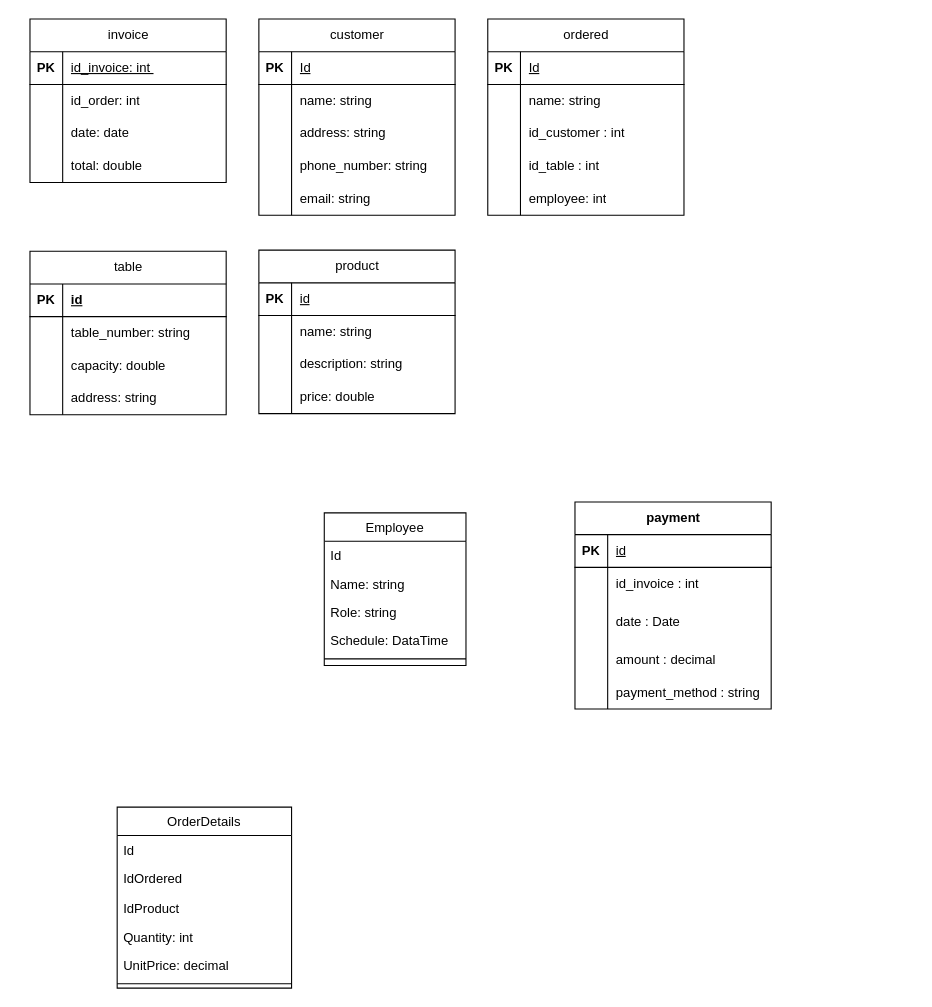
KevinAlvarezD/RestAdmin keeps this draw.io diagram as page "ER" (2 of 2) of Documents/Diagrama sin título.drawio. Above is the earlier version. Source tidied: cells renumbered, new cells numbered last; positions are measured from the earlier drawing's top-left corner, leaving out a move shared by most shapes. Both pictures are drawn from the tidied source at 109%, with x=0, y=0 at pixel (29, 19).
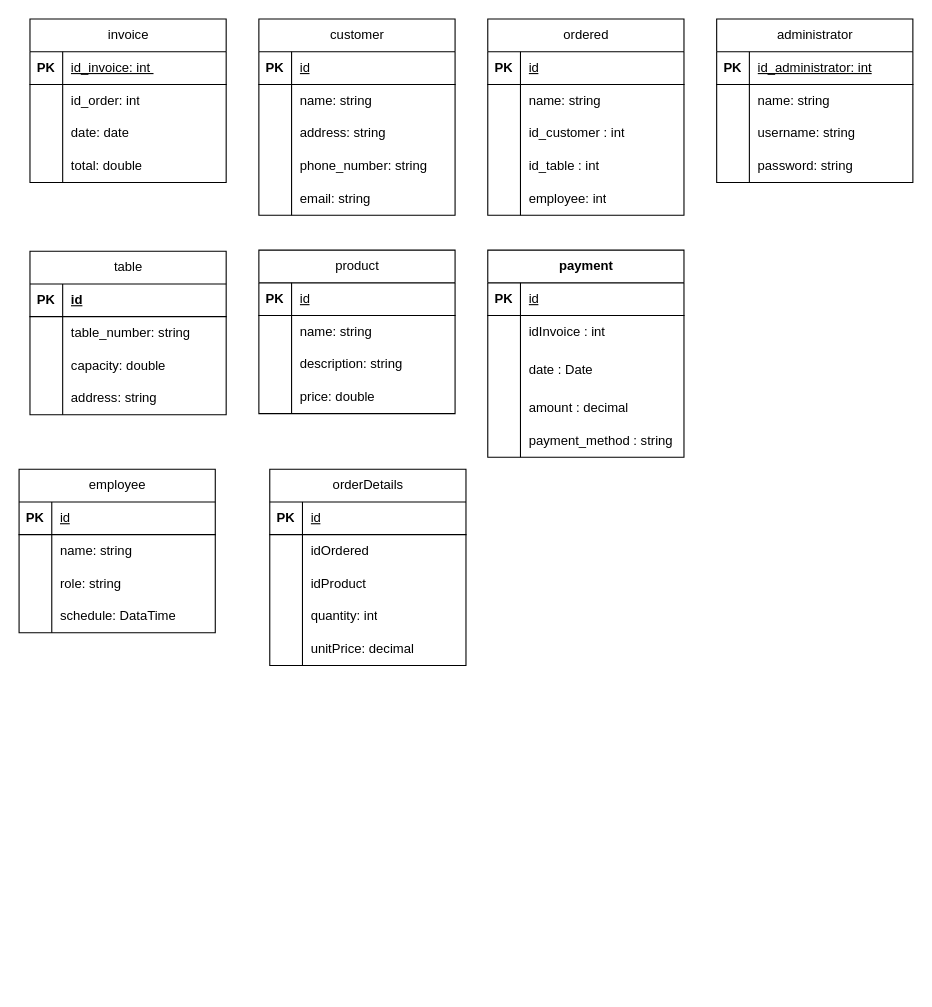
After the change.

The change refers to these unchanged cells:
```xml
<mxCell id="29" style="shape=tableRow;horizontal=0;startSize=0;swimlaneHead=0;swimlaneBody=0;fillColor=none;top=0;left=0;right=0;bottom=1;" parent="28" vertex="1">
  <mxGeometry y="30" width="180" height="30" as="geometry" />
</mxCell>
<mxCell id="45" style="shape=tableRow;horizontal=0;startSize=0;swimlaneHead=0;swimlaneBody=0;fillColor=none;top=0;left=0;right=0;bottom=1;" parent="44" vertex="1">
  <mxGeometry y="30" width="180" height="30" as="geometry" />
</mxCell>
<mxCell id="90" style="shape=tableRow;horizontal=0;startSize=0;swimlaneHead=0;swimlaneBody=0;fillColor=none;top=0;left=0;right=0;bottom=0;" parent="86" vertex="1">
  <mxGeometry y="60" width="180" height="30" as="geometry" />
</mxCell>
```

What changed in the source:
```diff
@@
-    <mxCell id="2" value="Employee" style="swimlane;fontStyle=0;align=center;verticalAlign=top;horizontal=1;startSize=26;rounded=0;shadow=0;strokeWidth=1;" parent="1" vertex="1">
-      <mxGeometry x="270" y="453" width="130" height="140" as="geometry" />
-    </mxCell>
-    <mxCell id="3" value="Id" style="text;align=left;verticalAlign=top;spacingLeft=4;spacingRight=4;overflow=hidden;" parent="2" vertex="1">
-      <mxGeometry y="26" width="130" height="26" as="geometry" />
-    </mxCell>
-    <mxCell id="4" value="Name: string" style="text;align=left;verticalAlign=top;spacingLeft=4;spacingRight=4;overflow=hidden;rounded=0;shadow=0;html=0;" parent="2" vertex="1">
-      <mxGeometry y="52" width="130" height="26" as="geometry" />
-    </mxCell>
-    <mxCell id="5" value="Role: string" style="text;align=left;verticalAlign=top;spacingLeft=4;spacingRight=4;overflow=hidden;rounded=0;shadow=0;html=0;" parent="2" vertex="1">
-      <mxGeometry y="78" width="130" height="26" as="geometry" />
-    </mxCell>
-    <mxCell id="6" value="Schedule: DataTime" style="text;align=left;verticalAlign=top;spacingLeft=4;spacingRight=4;overflow=hidden;rounded=0;shadow=0;html=0;" parent="2" vertex="1">
-      <mxGeometry y="104" width="130" height="26" as="geometry" />
-    </mxCell>
-    <mxCell id="7" style="line;html=1;strokeWidth=1;align=left;verticalAlign=middle;spacingTop=-1;spacingLeft=3;spacingRight=3;labelPosition=right;" parent="2" vertex="1">
-      <mxGeometry y="130" width="130" height="8" as="geometry" />
-    </mxCell>
-    <mxCell id="8" value="OrderDetails" style="swimlane;fontStyle=0;align=center;verticalAlign=top;horizontal=1;startSize=26;rounded=0;shadow=0;strokeWidth=1;" parent="1" vertex="1">
-      <mxGeometry x="80" y="723" width="160" height="166" as="geometry" />
-    </mxCell>
-    <mxCell id="9" value="Id" style="text;align=left;verticalAlign=top;spacingLeft=4;spacingRight=4;overflow=hidden;" parent="8" vertex="1">
-      <mxGeometry y="26" width="160" height="26" as="geometry" />
-    </mxCell>
-    <mxCell id="10" value="IdOrdered" style="text;align=left;verticalAlign=top;spacingLeft=4;spacingRight=4;overflow=hidden;rounded=0;shadow=0;html=0;" parent="8" vertex="1">
-      <mxGeometry y="52" width="160" height="28" as="geometry" />
-    </mxCell>
-    <mxCell id="11" value="IdProduct" style="text;align=left;verticalAlign=top;spacingLeft=4;spacingRight=4;overflow=hidden;rounded=0;shadow=0;html=0;" parent="8" vertex="1">
-      <mxGeometry y="80" width="160" height="26" as="geometry" />
-    </mxCell>
-    <mxCell id="12" value="Quantity: int" style="text;align=left;verticalAlign=top;spacingLeft=4;spacingRight=4;overflow=hidden;rounded=0;shadow=0;html=0;" parent="8" vertex="1">
-      <mxGeometry y="106" width="160" height="26" as="geometry" />
-    </mxCell>
-    <mxCell id="13" value="UnitPrice: decimal" style="text;align=left;verticalAlign=top;spacingLeft=4;spacingRight=4;overflow=hidden;rounded=0;shadow=0;html=0;" parent="8" vertex="1">
-      <mxGeometry y="132" width="160" height="26" as="geometry" />
-    </mxCell>
-    <mxCell id="14" style="line;html=1;strokeWidth=1;align=left;verticalAlign=middle;spacingTop=-1;spacingLeft=3;spacingRight=3;labelPosition=right;" parent="8" vertex="1">
-      <mxGeometry y="158" width="160" height="8" as="geometry" />
-    </mxCell>
@@
-    <mxCell id="31" value="&lt;span style=&quot;font-weight: 400; text-wrap: nowrap;&quot;&gt;Id&lt;/span&gt;" style="shape=partialRectangle;fillColor=none;top=0;left=0;bottom=0;right=0;align=left;spacingLeft=6;fontStyle=5;overflow=hidden;whiteSpace=wrap;html=1;" parent="29" vertex="1">
+    <mxCell id="31" value="&lt;span style=&quot;font-weight: 400; text-wrap: nowrap;&quot;&gt;id&lt;/span&gt;" style="shape=partialRectangle;fillColor=none;top=0;left=0;bottom=0;right=0;align=left;spacingLeft=6;fontStyle=5;overflow=hidden;whiteSpace=wrap;html=1;" parent="29" vertex="1">
       <mxGeometry x="30" width="150" height="30" as="geometry" />
     </mxCell>
@@
-    <mxCell id="47" value="&lt;span style=&quot;font-weight: 400; text-wrap: nowrap;&quot;&gt;Id&lt;/span&gt;" style="shape=partialRectangle;fillColor=none;top=0;left=0;bottom=0;right=0;align=left;spacingLeft=6;fontStyle=5;overflow=hidden;whiteSpace=wrap;html=1;" parent="45" vertex="1">
+    <mxCell id="47" value="&lt;span style=&quot;font-weight: 400; text-wrap: nowrap;&quot;&gt;id&lt;/span&gt;" style="shape=partialRectangle;fillColor=none;top=0;left=0;bottom=0;right=0;align=left;spacingLeft=6;fontStyle=5;overflow=hidden;whiteSpace=wrap;html=1;" parent="45" vertex="1">
       <mxGeometry x="30" width="150" height="30" as="geometry" />
     </mxCell>
@@
     <mxCell id="86" value="payment" style="shape=table;startSize=30;childLayout=tableLayout;rowLines=0;fontStyle=1;align=center;html=1;" parent="1" vertex="1">
-      <mxGeometry x="500" y="443" width="180" height="190" as="geometry" />
+      <mxGeometry x="420" y="212" width="180" height="190" as="geometry" />
     </mxCell>
@@
-    <mxCell id="92" value="&lt;span style=&quot;text-wrap: nowrap;&quot;&gt;id_invoice : int&lt;/span&gt;" style="shape=partialRectangle;fillColor=none;top=0;left=0;bottom=0;right=0;align=left;spacingLeft=6;overflow=hidden;whiteSpace=wrap;html=1;" parent="90" vertex="1">
+    <mxCell id="92" value="&lt;span style=&quot;text-wrap: nowrap;&quot;&gt;idInvoice : int&lt;/span&gt;" style="shape=partialRectangle;fillColor=none;top=0;left=0;bottom=0;right=0;align=left;spacingLeft=6;overflow=hidden;whiteSpace=wrap;html=1;" parent="90" vertex="1">
       <mxGeometry x="30" width="150" height="30" as="geometry" />
     </mxCell>
@@
+    <mxCell id="102" value="&lt;span style=&quot;font-weight: 400;&quot;&gt;orderDetails&lt;/span&gt;" style="shape=table;startSize=30;childLayout=tableLayout;rowLines=0;fontStyle=1;align=center;html=1;" parent="1" vertex="1">
+      <mxGeometry x="220" y="413" width="180" height="180" as="geometry" />
+    </mxCell>
+    <mxCell id="103" style="shape=tableRow;horizontal=0;startSize=0;swimlaneHead=0;swimlaneBody=0;fillColor=none;top=0;left=0;right=0;bottom=1;" parent="102" vertex="1">
+      <mxGeometry y="30" width="180" height="30" as="geometry" />
+    </mxCell>
+    <mxCell id="104" value="PK" style="shape=partialRectangle;fillColor=none;top=0;left=0;bottom=0;right=0;fontStyle=1;overflow=hidden;whiteSpace=wrap;html=1;" parent="103" vertex="1">
+      <mxGeometry width="30" height="30" as="geometry" />
+    </mxCell>
+    <mxCell id="105" value="&lt;span style=&quot;font-weight: 400; text-wrap: nowrap;&quot;&gt;id&lt;/span&gt;" style="shape=partialRectangle;fillColor=none;top=0;left=0;bottom=0;right=0;align=left;spacingLeft=6;fontStyle=5;overflow=hidden;whiteSpace=wrap;html=1;" parent="103" vertex="1">
+      <mxGeometry x="30" width="150" height="30" as="geometry" />
+    </mxCell>
+    <mxCell id="106" style="shape=tableRow;horizontal=0;startSize=0;swimlaneHead=0;swimlaneBody=0;fillColor=none;top=0;left=0;right=0;bottom=0;" parent="102" vertex="1">
+      <mxGeometry y="60" width="180" height="30" as="geometry" />
+    </mxCell>
+    <mxCell id="107" style="shape=partialRectangle;fillColor=none;top=0;left=0;bottom=0;right=0;overflow=hidden;whiteSpace=wrap;html=1;" parent="106" vertex="1">
+      <mxGeometry width="30" height="30" as="geometry" />
+    </mxCell>
+    <mxCell id="108" value="&lt;span style=&quot;text-wrap: nowrap;&quot;&gt;idOrdered&lt;/span&gt;" style="shape=partialRectangle;fillColor=none;top=0;left=0;bottom=0;right=0;align=left;spacingLeft=6;overflow=hidden;whiteSpace=wrap;html=1;" parent="106" vertex="1">
+      <mxGeometry x="30" width="150" height="30" as="geometry" />
+    </mxCell>
+    <mxCell id="109" style="shape=tableRow;horizontal=0;startSize=0;swimlaneHead=0;swimlaneBody=0;fillColor=none;top=0;left=0;right=0;bottom=0;" parent="102" vertex="1">
+      <mxGeometry y="90" width="180" height="30" as="geometry" />
+    </mxCell>
+    <mxCell id="110" style="shape=partialRectangle;fillColor=none;top=0;left=0;bottom=0;right=0;overflow=hidden;whiteSpace=wrap;html=1;" parent="109" vertex="1">
+      <mxGeometry width="30" height="30" as="geometry" />
+    </mxCell>
+    <mxCell id="111" value="&lt;span style=&quot;text-wrap: nowrap;&quot;&gt;idProduct&lt;/span&gt;" style="shape=partialRectangle;fillColor=none;top=0;left=0;bottom=0;right=0;align=left;spacingLeft=6;overflow=hidden;whiteSpace=wrap;html=1;" parent="109" vertex="1">
+      <mxGeometry x="30" width="150" height="30" as="geometry" />
+    </mxCell>
+    <mxCell id="112" style="shape=tableRow;horizontal=0;startSize=0;swimlaneHead=0;swimlaneBody=0;fillColor=none;top=0;left=0;right=0;bottom=0;" parent="102" vertex="1">
+      <mxGeometry y="120" width="180" height="30" as="geometry" />
+    </mxCell>
+    <mxCell id="113" style="shape=partialRectangle;fillColor=none;top=0;left=0;bottom=0;right=0;overflow=hidden;whiteSpace=wrap;html=1;" parent="112" vertex="1">
+      <mxGeometry width="30" height="30" as="geometry" />
+    </mxCell>
+    <mxCell id="114" value="&lt;span style=&quot;text-wrap: nowrap;&quot;&gt;quantity: int&lt;/span&gt;" style="shape=partialRectangle;fillColor=none;top=0;left=0;bottom=0;right=0;align=left;spacingLeft=6;overflow=hidden;whiteSpace=wrap;html=1;" parent="112" vertex="1">
+      <mxGeometry x="30" width="150" height="30" as="geometry" />
+    </mxCell>
+    <mxCell id="115" style="shape=tableRow;horizontal=0;startSize=0;swimlaneHead=0;swimlaneBody=0;fillColor=none;top=0;left=0;right=0;bottom=0;" parent="102" vertex="1">
+      <mxGeometry y="150" width="180" height="30" as="geometry" />
+    </mxCell>
+    <mxCell id="116" style="shape=partialRectangle;fillColor=none;top=0;left=0;bottom=0;right=0;overflow=hidden;whiteSpace=wrap;html=1;" parent="115" vertex="1">
+      <mxGeometry width="30" height="30" as="geometry" />
+    </mxCell>
+    <mxCell id="117" value="&lt;span style=&quot;text-wrap: nowrap;&quot;&gt;unitPrice: decimal&lt;/span&gt;" style="shape=partialRectangle;fillColor=none;top=0;left=0;bottom=0;right=0;align=left;spacingLeft=6;overflow=hidden;whiteSpace=wrap;html=1;" parent="115" vertex="1">
+      <mxGeometry x="30" width="150" height="30" as="geometry" />
+    </mxCell>
+    <mxCell id="118" value="&lt;span style=&quot;font-weight: 400;&quot;&gt;administrator&lt;/span&gt;" style="shape=table;startSize=30;childLayout=tableLayout;rowLines=0;fontStyle=1;align=center;html=1;" parent="1" vertex="1">
+      <mxGeometry x="630" width="180" height="150" as="geometry" />
+    </mxCell>
+    <mxCell id="119" style="shape=tableRow;horizontal=0;startSize=0;swimlaneHead=0;swimlaneBody=0;fillColor=none;top=0;left=0;right=0;bottom=1;" parent="118" vertex="1">
+      <mxGeometry y="30" width="180" height="30" as="geometry" />
+    </mxCell>
+    <mxCell id="120" value="PK" style="shape=partialRectangle;fillColor=none;top=0;left=0;bottom=0;right=0;fontStyle=1;overflow=hidden;whiteSpace=wrap;html=1;" parent="119" vertex="1">
+      <mxGeometry width="30" height="30" as="geometry" />
+    </mxCell>
+    <mxCell id="121" value="&lt;span style=&quot;font-weight: 400; text-wrap: nowrap;&quot;&gt;id_administrator: int&lt;/span&gt;" style="shape=partialRectangle;fillColor=none;top=0;left=0;bottom=0;right=0;align=left;spacingLeft=6;fontStyle=5;overflow=hidden;whiteSpace=wrap;html=1;" parent="119" vertex="1">
+      <mxGeometry x="30" width="150" height="30" as="geometry" />
+    </mxCell>
+    <mxCell id="122" style="shape=tableRow;horizontal=0;startSize=0;swimlaneHead=0;swimlaneBody=0;fillColor=none;top=0;left=0;right=0;bottom=0;" parent="118" vertex="1">
+      <mxGeometry y="60" width="180" height="30" as="geometry" />
+    </mxCell>
+    <mxCell id="123" style="shape=partialRectangle;fillColor=none;top=0;left=0;bottom=0;right=0;overflow=hidden;whiteSpace=wrap;html=1;" parent="122" vertex="1">
+      <mxGeometry width="30" height="30" as="geometry" />
+    </mxCell>
+    <mxCell id="124" value="&lt;span style=&quot;text-wrap: nowrap;&quot;&gt;name: string&lt;/span&gt;" style="shape=partialRectangle;fillColor=none;top=0;left=0;bottom=0;right=0;align=left;spacingLeft=6;overflow=hidden;whiteSpace=wrap;html=1;" parent="122" vertex="1">
+      <mxGeometry x="30" width="150" height="30" as="geometry" />
+    </mxCell>
+    <mxCell id="125" style="shape=tableRow;horizontal=0;startSize=0;swimlaneHead=0;swimlaneBody=0;fillColor=none;top=0;left=0;right=0;bottom=0;" parent="118" vertex="1">
+      <mxGeometry y="90" width="180" height="30" as="geometry" />
+    </mxCell>
+    <mxCell id="126" style="shape=partialRectangle;fillColor=none;top=0;left=0;bottom=0;right=0;overflow=hidden;whiteSpace=wrap;html=1;" parent="125" vertex="1">
+      <mxGeometry width="30" height="30" as="geometry" />
+    </mxCell>
+    <mxCell id="127" value="&lt;span style=&quot;text-wrap: nowrap;&quot;&gt;username: string&lt;/span&gt;" style="shape=partialRectangle;fillColor=none;top=0;left=0;bottom=0;right=0;align=left;spacingLeft=6;overflow=hidden;whiteSpace=wrap;html=1;" parent="125" vertex="1">
+      <mxGeometry x="30" width="150" height="30" as="geometry" />
+    </mxCell>
+    <mxCell id="128" style="shape=tableRow;horizontal=0;startSize=0;swimlaneHead=0;swimlaneBody=0;fillColor=none;top=0;left=0;right=0;bottom=0;" parent="118" vertex="1">
+      <mxGeometry y="120" width="180" height="30" as="geometry" />
+    </mxCell>
+    <mxCell id="129" style="shape=partialRectangle;fillColor=none;top=0;left=0;bottom=0;right=0;overflow=hidden;whiteSpace=wrap;html=1;" parent="128" vertex="1">
+      <mxGeometry width="30" height="30" as="geometry" />
+    </mxCell>
+    <mxCell id="130" value="&lt;span style=&quot;text-wrap: nowrap;&quot;&gt;password: string&lt;/span&gt;" style="shape=partialRectangle;fillColor=none;top=0;left=0;bottom=0;right=0;align=left;spacingLeft=6;overflow=hidden;whiteSpace=wrap;html=1;" parent="128" vertex="1">
+      <mxGeometry x="30" width="150" height="30" as="geometry" />
+    </mxCell>
+    <mxCell id="131" value="&lt;span style=&quot;font-weight: 400;&quot;&gt;employee&lt;/span&gt;" style="shape=table;startSize=30;childLayout=tableLayout;rowLines=0;fontStyle=1;align=center;html=1;" parent="1" vertex="1">
+      <mxGeometry x="-10" y="413" width="180" height="150" as="geometry" />
+    </mxCell>
+    <mxCell id="132" style="shape=tableRow;horizontal=0;startSize=0;swimlaneHead=0;swimlaneBody=0;fillColor=none;top=0;left=0;right=0;bottom=1;" parent="131" vertex="1">
+      <mxGeometry y="30" width="180" height="30" as="geometry" />
+    </mxCell>
+    <mxCell id="133" value="PK" style="shape=partialRectangle;fillColor=none;top=0;left=0;bottom=0;right=0;fontStyle=1;overflow=hidden;whiteSpace=wrap;html=1;" parent="132" vertex="1">
+      <mxGeometry width="30" height="30" as="geometry" />
+    </mxCell>
+    <mxCell id="134" value="&lt;span style=&quot;font-weight: 400; text-wrap: nowrap;&quot;&gt;id&lt;/span&gt;" style="shape=partialRectangle;fillColor=none;top=0;left=0;bottom=0;right=0;align=left;spacingLeft=6;fontStyle=5;overflow=hidden;whiteSpace=wrap;html=1;" parent="132" vertex="1">
+      <mxGeometry x="30" width="150" height="30" as="geometry" />
+    </mxCell>
+    <mxCell id="135" style="shape=tableRow;horizontal=0;startSize=0;swimlaneHead=0;swimlaneBody=0;fillColor=none;top=0;left=0;right=0;bottom=0;" parent="131" vertex="1">
+      <mxGeometry y="60" width="180" height="30" as="geometry" />
+    </mxCell>
+    <mxCell id="136" style="shape=partialRectangle;fillColor=none;top=0;left=0;bottom=0;right=0;overflow=hidden;whiteSpace=wrap;html=1;" parent="135" vertex="1">
+      <mxGeometry width="30" height="30" as="geometry" />
+    </mxCell>
+    <mxCell id="137" value="&lt;span style=&quot;text-wrap: nowrap;&quot;&gt;name: string&lt;/span&gt;" style="shape=partialRectangle;fillColor=none;top=0;left=0;bottom=0;right=0;align=left;spacingLeft=6;overflow=hidden;whiteSpace=wrap;html=1;" parent="135" vertex="1">
+      <mxGeometry x="30" width="150" height="30" as="geometry" />
+    </mxCell>
+    <mxCell id="138" style="shape=tableRow;horizontal=0;startSize=0;swimlaneHead=0;swimlaneBody=0;fillColor=none;top=0;left=0;right=0;bottom=0;" parent="131" vertex="1">
+      <mxGeometry y="90" width="180" height="30" as="geometry" />
+    </mxCell>
+    <mxCell id="139" style="shape=partialRectangle;fillColor=none;top=0;left=0;bottom=0;right=0;overflow=hidden;whiteSpace=wrap;html=1;" parent="138" vertex="1">
+      <mxGeometry width="30" height="30" as="geometry" />
+    </mxCell>
+    <mxCell id="140" value="&lt;span style=&quot;text-wrap: nowrap;&quot;&gt;role: string&lt;/span&gt;" style="shape=partialRectangle;fillColor=none;top=0;left=0;bottom=0;right=0;align=left;spacingLeft=6;overflow=hidden;whiteSpace=wrap;html=1;" parent="138" vertex="1">
+      <mxGeometry x="30" width="150" height="30" as="geometry" />
+    </mxCell>
+    <mxCell id="141" style="shape=tableRow;horizontal=0;startSize=0;swimlaneHead=0;swimlaneBody=0;fillColor=none;top=0;left=0;right=0;bottom=0;" parent="131" vertex="1">
+      <mxGeometry y="120" width="180" height="30" as="geometry" />
+    </mxCell>
+    <mxCell id="142" style="shape=partialRectangle;fillColor=none;top=0;left=0;bottom=0;right=0;overflow=hidden;whiteSpace=wrap;html=1;" parent="141" vertex="1">
+      <mxGeometry width="30" height="30" as="geometry" />
+    </mxCell>
+    <mxCell id="143" value="&lt;span style=&quot;text-wrap: nowrap;&quot;&gt;schedule: DataTime&lt;/span&gt;" style="shape=partialRectangle;fillColor=none;top=0;left=0;bottom=0;right=0;align=left;spacingLeft=6;overflow=hidden;whiteSpace=wrap;html=1;" parent="141" vertex="1">
+      <mxGeometry x="30" width="150" height="30" as="geometry" />
+    </mxCell>
```
